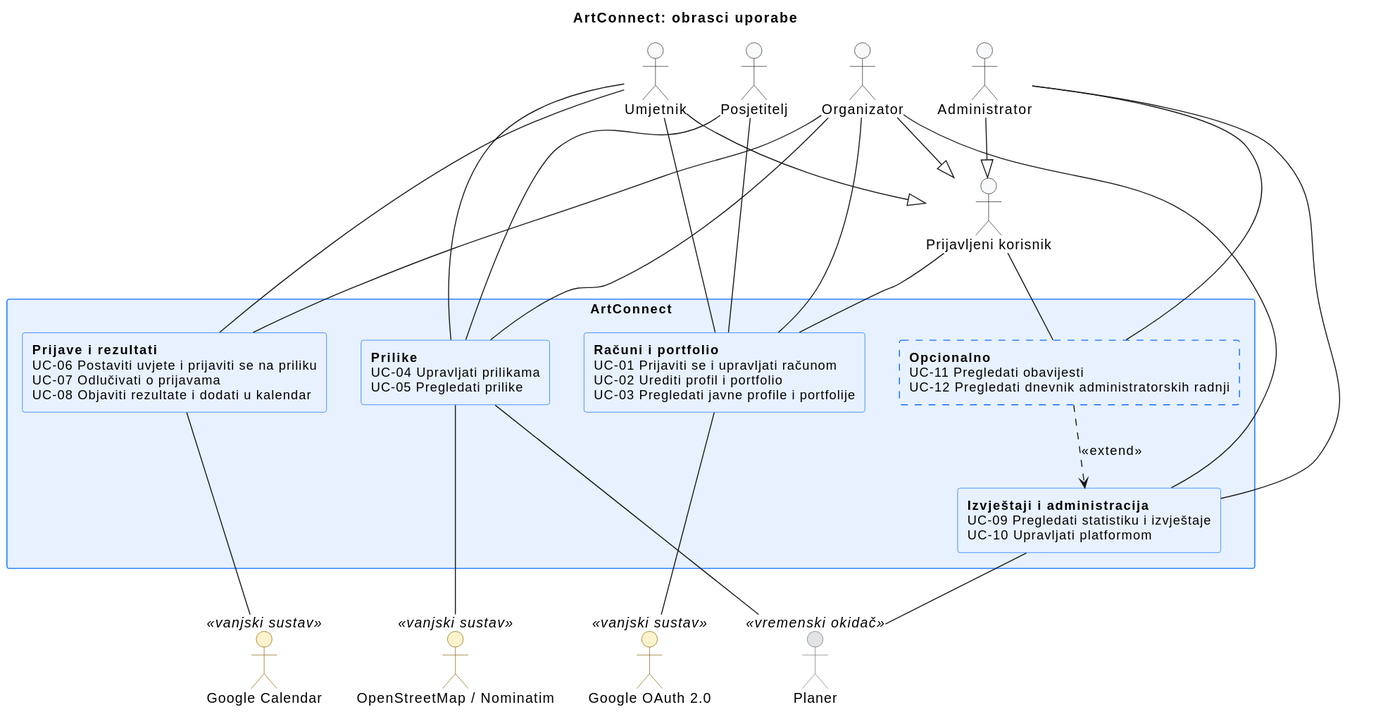
Before: docs/assets/diagrams/3-1-artconnect-system-UC.svg, a diagram exported from PlantUML (LD05-fk/Strumfovi).
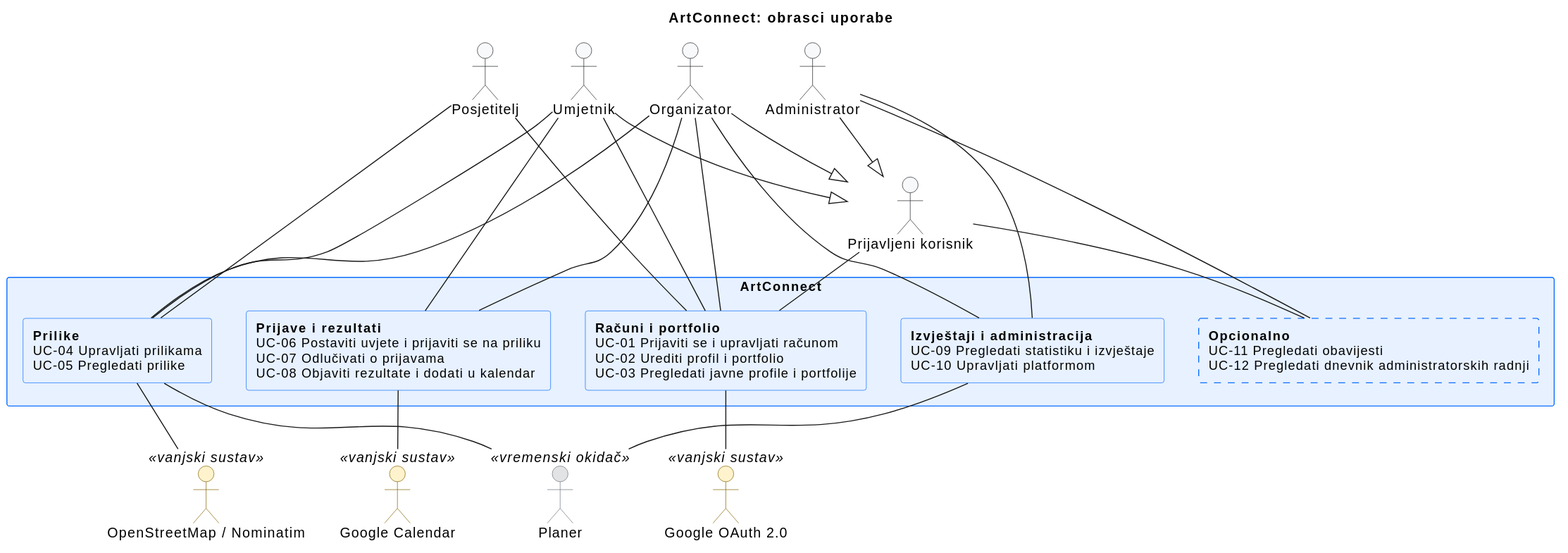
The same diagram one commit later.

Change to the diagram source:
```diff
@@ -70,6 +70,4 @@
 Prilike -- OSM
 Prilike -- Planer
 Izvjestaji -- Planer
-
-Opcionalno ..> Izvjestaji : <<extend>>
 @enduml
```
